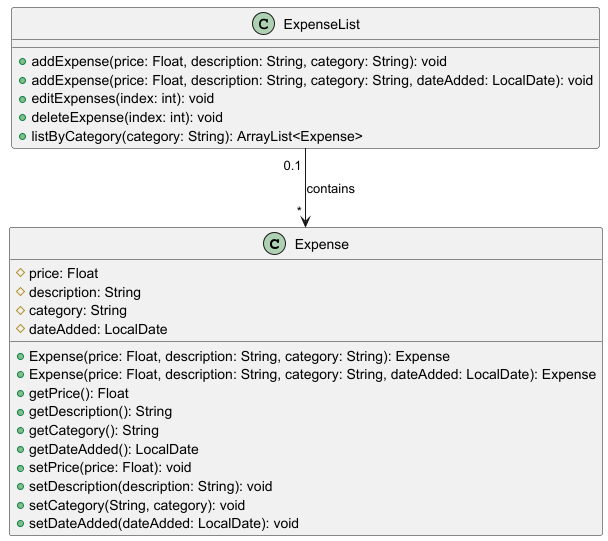
Earlier version of the PlantUML export docs/diagrams/images/ExpenseAndExpenseList.png (nus-cs2113-AY2425S1/tp).
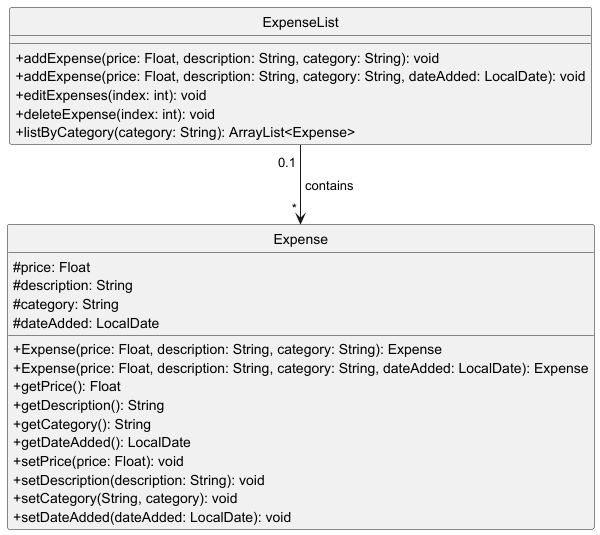
The same diagram one commit later.

Change to the diagram source:
```diff
@@ -1,4 +1,6 @@
 @startuml
+skinparam classAttributeIconSize 0
+hide circle
 
 class Expense {
     #price: Float
@@ -25,6 +27,6 @@
     +listByCategory(category: String): ArrayList<Expense>
 }
 
-ExpenseList "0.1 " -d-> " * " Expense : contains
+ExpenseList " 0.1 " -d-> " * " Expense : " contains "
 
 @enduml
```
